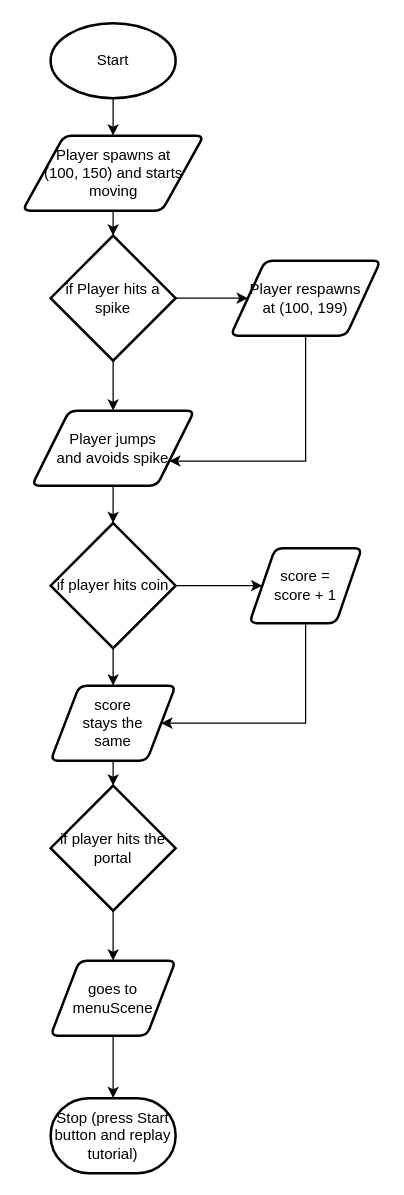
Infinity-deGuzman/ICS2O.2.2020-Final-Project keeps this draw.io diagram as infinityShenali/gameScene2.js flowchart.drawio. Above is the earlier version. Source tidied: cells renumbered, new cells numbered last; positions are measured from the earlier drawing's top-left corner, leaving out a move shared by most shapes. Both pictures are drawn from the tidied source at 125%, with x=0, y=0 at pixel (22, 22).
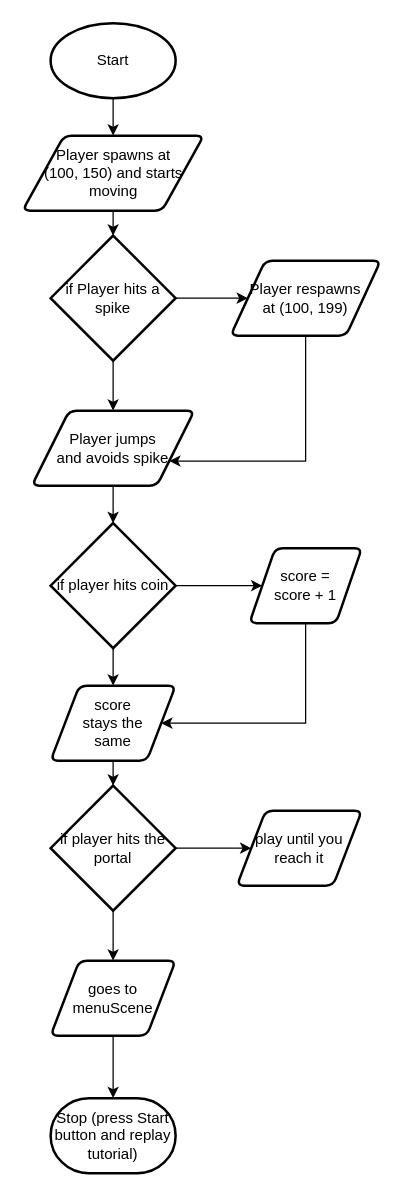
Above is the later version.

The change refers to these unchanged cells:
```xml
<mxCell id="19" value="if player hits the portal" style="strokeWidth=2;html=1;shape=mxgraph.flowchart.decision;whiteSpace=wrap;" parent="1" vertex="1">
  <mxGeometry x="22" y="610" width="100" height="100" as="geometry" />
</mxCell>
```

What changed in the source:
```diff
@@
+    <mxCell id="25" style="edgeStyle=orthogonalEdgeStyle;rounded=0;jettySize=auto;html=1;exitX=1;exitY=0.5;exitDx=0;exitDy=0;exitPerimeter=0;entryX=0;entryY=0.5;entryDx=0;entryDy=0;" parent="1" edge="1" source="19" target="26">
+      <mxGeometry relative="1" as="geometry" />
+    </mxCell>
@@
+    <mxCell id="26" value="play until you reach it" style="shape=parallelogram;html=1;strokeWidth=2;perimeter=parallelogramPerimeter;whiteSpace=wrap;rounded=1;arcSize=12;size=0.23;" parent="1" vertex="1">
+      <mxGeometry x="171" y="630" width="100" height="60" as="geometry" />
+    </mxCell>
```
